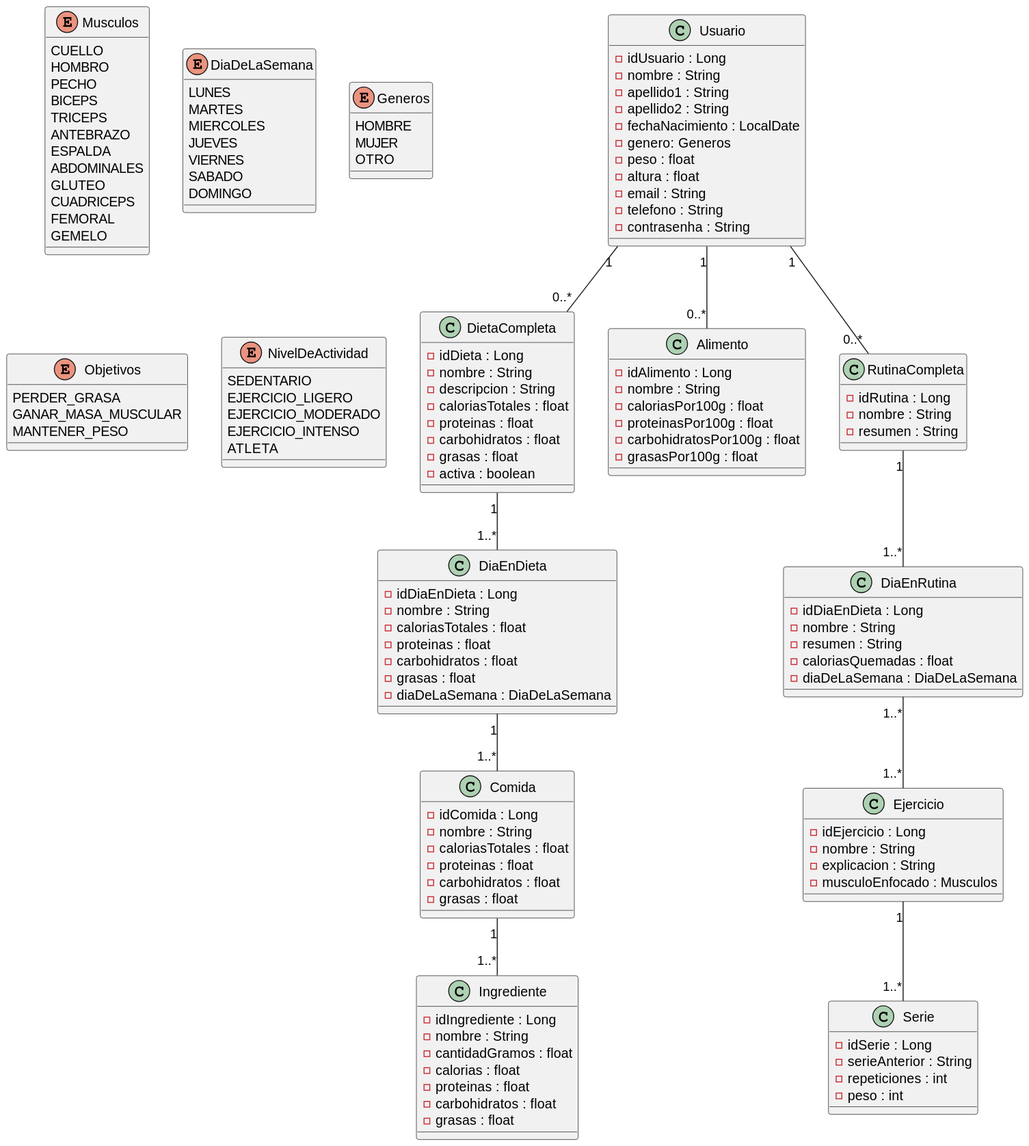
This is Diagramas/DiagramaDeClases.svg from AlejandroAranaGomez/TFG, a PlantUML export, as it was before one commit.
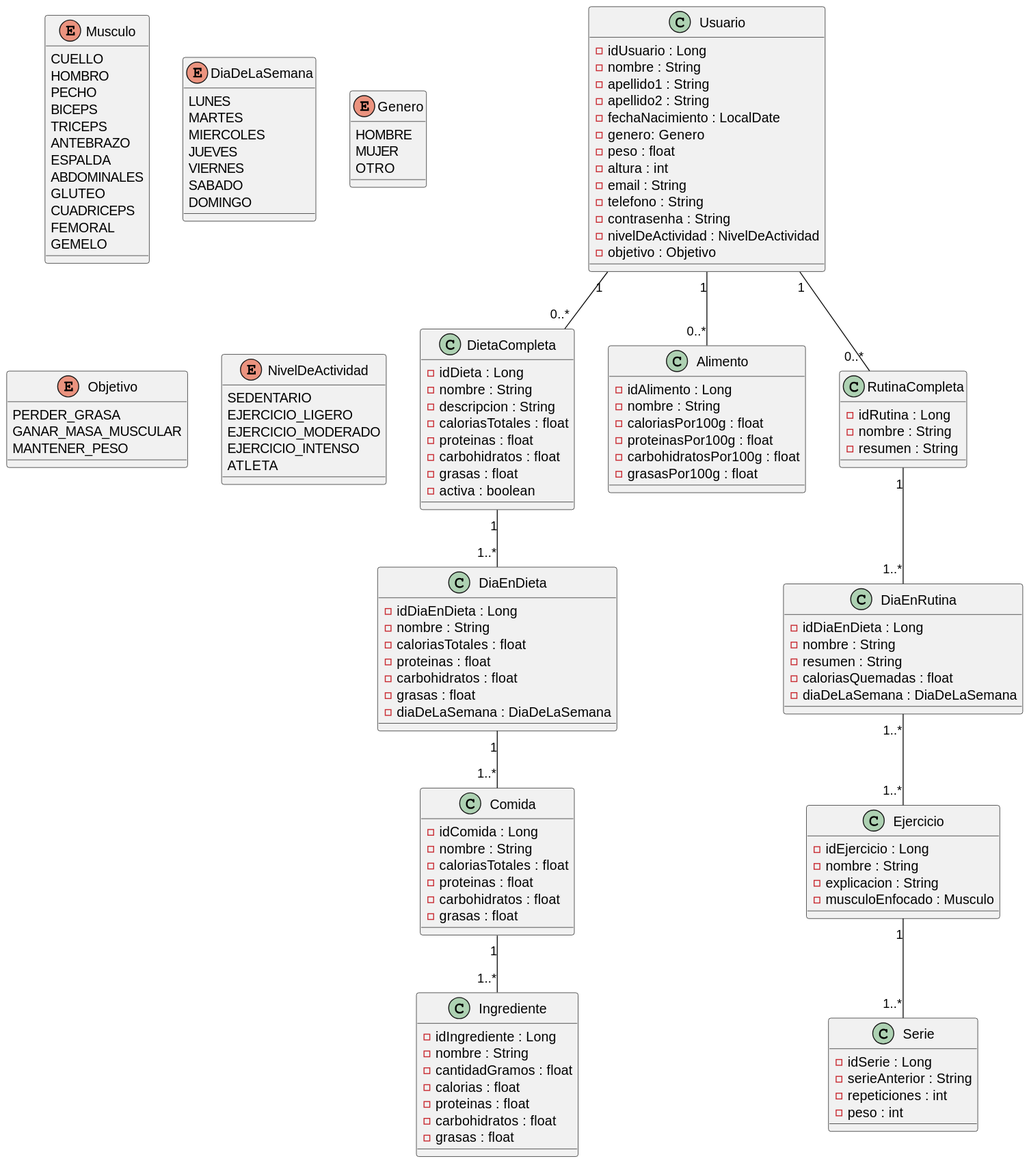
The same diagram one commit later.

Diff of the diagram source:
```diff
@@ -1,6 +1,6 @@
 @startuml
 
-enum Musculos  {
+enum Musculo  {
 CUELLO
 HOMBRO
 PECHO
@@ -25,13 +25,13 @@
 DOMINGO
 }
 
-enum Generos {
+enum Genero {
 HOMBRE
 MUJER
 OTRO
 }
 
-enum Objetivos {
+enum Objetivo {
     PERDER_GRASA
     GANAR_MASA_MUSCULAR
     MANTENER_PESO
@@ -52,12 +52,14 @@
 - apellido1 : String
 - apellido2 : String
 - fechaNacimiento : LocalDate
-- genero: Generos
+- genero: Genero
 - peso : float
-- altura : float
+- altura : int
 - email : String
 - telefono : String
 - contrasenha : String
+- nivelDeActividad : NivelDeActividad
+- objetivo : Objetivo
 }
 
 class DietaCompleta {
@@ -128,7 +130,7 @@
 - idEjercicio : Long
 - nombre : String
 - explicacion : String
-- musculoEnfocado : Musculos
+- musculoEnfocado : Musculo
 }
 
 class Serie {
```
